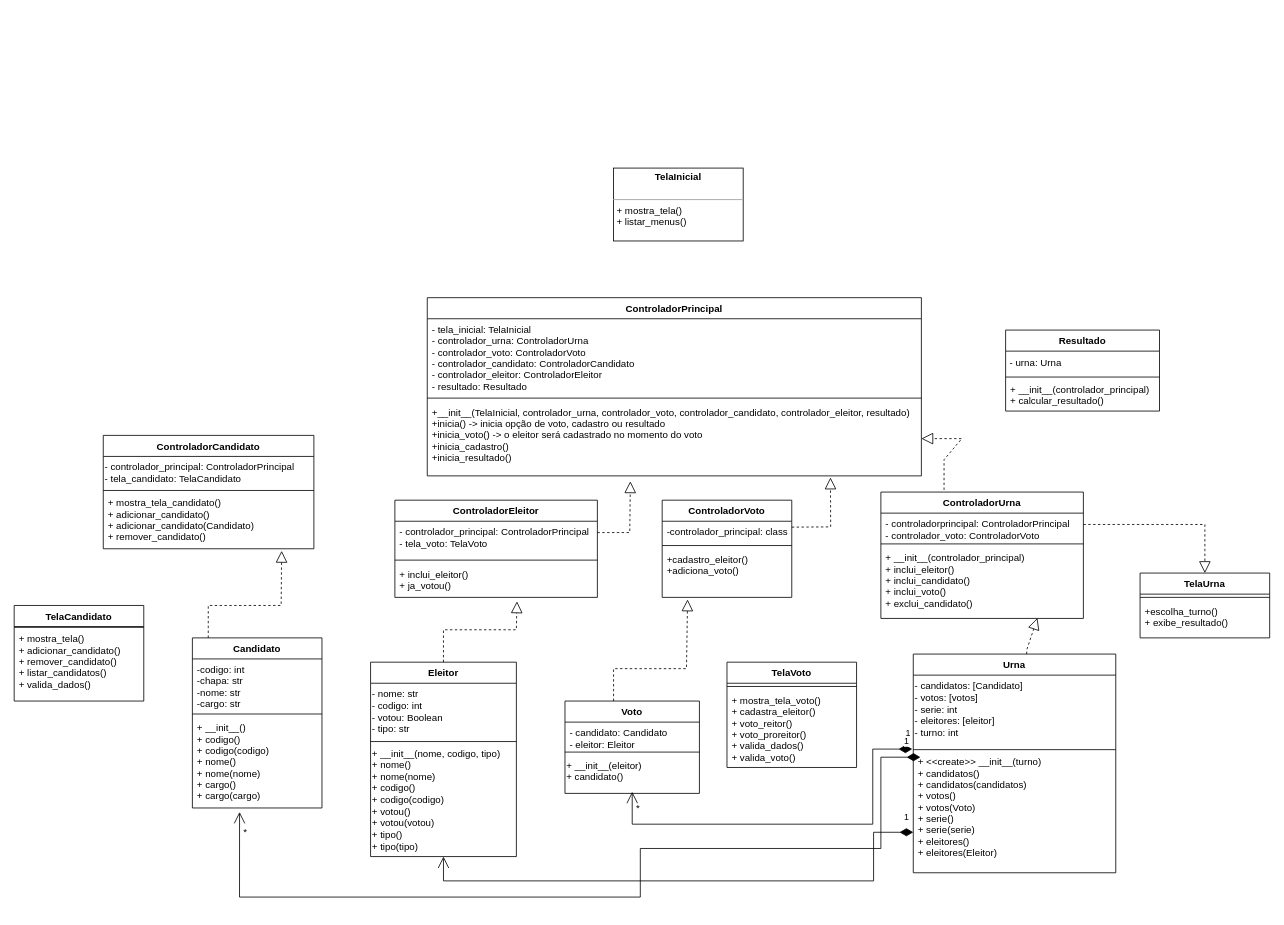
Earlier version of the draw.io diagram projeto_urna.drawio (Alien-Love/T1_INE5605). Source tidied: cells renumbered, new cells numbered last; positions are measured from the earlier drawing's top-left corner, leaving out a move shared by most shapes. Both pictures are drawn from the tidied source at 81%, with x=0, y=0 at pixel (14, 168).
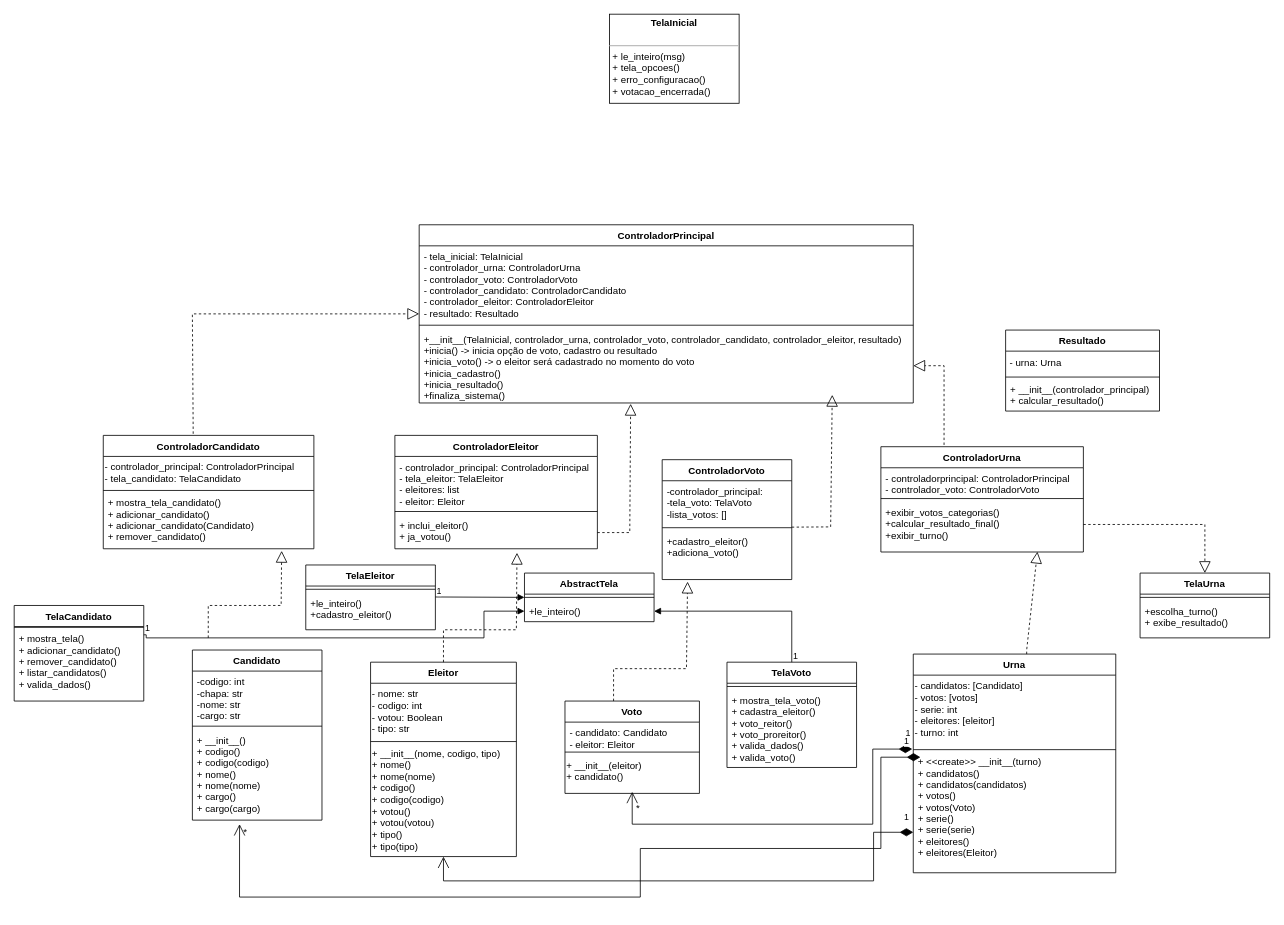
Above is the later version.

Unchanged cells that the change refers to:
```xml
<mxCell id="32" value="TelaVoto" style="swimlane;fontStyle=1;align=center;verticalAlign=top;horizontal=1;startSize=26;" parent="1" vertex="1">
  <mxGeometry x="880" y="610" width="160" height="130" as="geometry" />
</mxCell>
<mxCell id="45" value="+ mostra_tela()&#10;+ adicionar_candidato()&#10;+ remover_candidato()&#10;+ listar_candidatos()&#10;+ valida_dados()" style="text;strokeColor=none;fillColor=none;align=left;verticalAlign=top;spacingLeft=4;spacingRight=4;overflow=hidden;points=[[0,0.5],[1,0.5]];portConstraint=eastwest;" parent="43" vertex="1">
  <mxGeometry y="28" width="160" height="90" as="geometry" />
</mxCell>
<mxCell id="50" value="ControladorCandidato" style="swimlane;fontStyle=1;align=center;verticalAlign=top;horizontal=1;startSize=26;" parent="1" vertex="1">
  <mxGeometry x="110" y="330" width="260" height="140" as="geometry" />
</mxCell>
```

The edit, as a diff of the source:
```diff
@@
     <mxCell id="22" value="ControladorUrna" style="swimlane;fontStyle=1;align=center;verticalAlign=top;horizontal=1;startSize=26;" parent="1" vertex="1">
-      <mxGeometry x="1070" y="400" width="250" height="156" as="geometry" />
+      <mxGeometry x="1070" y="344" width="250" height="130" as="geometry" />
     </mxCell>
@@
-    <mxCell id="25" value="+ __init__(controlador_principal)&#10;+ inclui_eleitor()&#10;+ inclui_candidato()&#10;+ inclui_voto()&#10;+ exclui_candidato()" style="text;strokeColor=none;fillColor=none;align=left;verticalAlign=top;spacingLeft=4;spacingRight=4;overflow=hidden;points=[[0,0.5],[1,0.5]];portConstraint=eastwest;" parent="22" vertex="1">
-      <mxGeometry y="68" width="250" height="88" as="geometry" />
+    <mxCell id="25" value="+exibir_votos_categorias() &#10;+calcular_resultado_final()&#10;+exibir_turno()" style="text;strokeColor=none;fillColor=none;align=left;verticalAlign=top;spacingLeft=4;spacingRight=4;overflow=hidden;points=[[0,0.5],[1,0.5]];portConstraint=eastwest;" parent="22" vertex="1">
+      <mxGeometry y="68" width="250" height="62" as="geometry" />
     </mxCell>
     <mxCell id="26" value="ControladorPrincipal" style="swimlane;fontStyle=1;align=center;verticalAlign=top;horizontal=1;startSize=26;" parent="1" vertex="1">
-      <mxGeometry x="510" y="160" width="610" height="220" as="geometry" />
+      <mxGeometry x="500" y="70" width="610" height="220" as="geometry" />
     </mxCell>
@@
-    <mxCell id="30" value="+__init__(TelaInicial, controlador_urna, controlador_voto, controlador_candidato, controlador_eleitor, resultado)&#10;+inicia() -&gt; inicia opção de voto, cadastro ou resultado&#10;+inicia_voto() -&gt; o eleitor será cadastrado no momento do voto&#10;+inicia_cadastro()&#10;+inicia_resultado()&#10;" style="text;strokeColor=none;fillColor=none;align=left;verticalAlign=top;spacingLeft=4;spacingRight=4;overflow=hidden;points=[[0,0.5],[1,0.5]];portConstraint=eastwest;" parent="26" vertex="1">
+    <mxCell id="30" value="+__init__(TelaInicial, controlador_urna, controlador_voto, controlador_candidato, controlador_eleitor, resultado)&#10;+inicia() -&gt; inicia opção de voto, cadastro ou resultado&#10;+inicia_voto() -&gt; o eleitor será cadastrado no momento do voto&#10;+inicia_cadastro()&#10;+inicia_resultado()&#10;+finaliza_sistema()" style="text;strokeColor=none;fillColor=none;align=left;verticalAlign=top;spacingLeft=4;spacingRight=4;overflow=hidden;points=[[0,0.5],[1,0.5]];portConstraint=eastwest;" parent="26" vertex="1">
       <mxGeometry y="128" width="610" height="92" as="geometry" />
     </mxCell>
-    <mxCell id="31" value="&lt;p style=&quot;margin:0px;margin-top:4px;text-align:center;&quot;&gt;&lt;b&gt;TelaInicial&lt;/b&gt;&lt;/p&gt;&lt;p style=&quot;margin:0px;margin-left:4px;&quot;&gt;&lt;br&gt;&lt;/p&gt;&lt;hr size=&quot;1&quot;&gt;&lt;p style=&quot;margin:0px;margin-left:4px;&quot;&gt;+ mostra_tela()&lt;/p&gt;&lt;p style=&quot;margin:0px;margin-left:4px;&quot;&gt;+ listar_menus()&lt;/p&gt;" style="verticalAlign=top;align=left;overflow=fill;fontSize=12;fontFamily=Helvetica;html=1;" parent="1" vertex="1">
-      <mxGeometry x="740" width="160" height="90" as="geometry" />
+    <mxCell id="31" value="&lt;p style=&quot;margin:0px;margin-top:4px;text-align:center;&quot;&gt;&lt;b&gt;TelaInicial&lt;/b&gt;&lt;/p&gt;&lt;p style=&quot;margin:0px;margin-left:4px;&quot;&gt;&lt;br&gt;&lt;/p&gt;&lt;hr size=&quot;1&quot;&gt;&lt;p style=&quot;margin:0px;margin-left:4px;&quot;&gt;+ le_inteiro(msg)&lt;br&gt;&lt;/p&gt;&lt;p style=&quot;margin:0px;margin-left:4px;&quot;&gt;+ tela_opcoes()&lt;/p&gt;&lt;p style=&quot;margin:0px;margin-left:4px;&quot;&gt;+ erro_configuracao()&lt;/p&gt;&lt;p style=&quot;margin:0px;margin-left:4px;&quot;&gt;+ votacao_encerrada()&lt;/p&gt;" style="verticalAlign=top;align=left;overflow=fill;fontSize=12;fontFamily=Helvetica;html=1;" parent="1" vertex="1">
+      <mxGeometry x="735" y="-190" width="160" height="110" as="geometry" />
     </mxCell>
@@
     <mxCell id="35" value="ControladorVoto" style="swimlane;fontStyle=1;align=center;verticalAlign=top;horizontal=1;startSize=26;" parent="1" vertex="1">
-      <mxGeometry x="800" y="410" width="160" height="120" as="geometry" />
+      <mxGeometry x="800" y="360" width="160" height="148" as="geometry" />
     </mxCell>
-    <mxCell id="36" value="-controlador_principal: class" style="text;strokeColor=none;fillColor=none;align=left;verticalAlign=top;spacingLeft=4;spacingRight=4;overflow=hidden;" parent="35" vertex="1">
-      <mxGeometry y="26" width="160" height="26" as="geometry" />
+    <mxCell id="36" value="-controlador_principal:&#10;-tela_voto: TelaVoto&#10;-lista_votos: []" style="text;strokeColor=none;fillColor=none;align=left;verticalAlign=top;spacingLeft=4;spacingRight=4;overflow=hidden;" parent="35" vertex="1">
+      <mxGeometry y="26" width="160" height="54" as="geometry" />
     </mxCell>
     <mxCell id="37" style="line;strokeWidth=1;fillColor=none;align=left;verticalAlign=middle;spacingTop=-1;spacingLeft=3;spacingRight=3;labelPosition=right;strokeColor=inherit;" parent="35" vertex="1">
-      <mxGeometry y="52" width="160" height="8" as="geometry" />
+      <mxGeometry y="80" width="160" height="8" as="geometry" />
     </mxCell>
     <mxCell id="38" value="+cadastro_eleitor()&#10;+adiciona_voto()" style="text;strokeColor=none;fillColor=none;align=left;verticalAlign=top;spacingLeft=4;spacingRight=4;overflow=hidden;points=[[0,0.5],[1,0.5]];portConstraint=eastwest;" parent="35" vertex="1">
-      <mxGeometry y="60" width="160" height="60" as="geometry" />
+      <mxGeometry y="88" width="160" height="60" as="geometry" />
     </mxCell>
     <mxCell id="39" value="Candidato" style="swimlane;fontStyle=1;align=center;verticalAlign=top;horizontal=1;startSize=26;" parent="1" vertex="1">
-      <mxGeometry x="220" y="580" width="160" height="210" as="geometry" />
+      <mxGeometry x="220" y="595" width="160" height="210" as="geometry" />
     </mxCell>
@@
     <mxCell id="46" value="ControladorEleitor" style="swimlane;fontStyle=1;align=center;verticalAlign=top;horizontal=1;startSize=26;" parent="1" vertex="1">
-      <mxGeometry x="470" y="410" width="250" height="120" as="geometry" />
+      <mxGeometry x="470" y="330" width="250" height="140" as="geometry" />
     </mxCell>
-    <mxCell id="47" value="- controlador_principal: ControladorPrincipal&#10;- tela_voto: TelaVoto" style="text;strokeColor=none;fillColor=none;align=left;verticalAlign=top;spacingLeft=4;spacingRight=4;overflow=hidden;" parent="46" vertex="1">
-      <mxGeometry y="26" width="250" height="44" as="geometry" />
+    <mxCell id="47" value="- controlador_principal: ControladorPrincipal&#10;- tela_eleitor: TelaEleitor&#10;- eleitores: list&#10;- eleitor: Eleitor" style="text;strokeColor=none;fillColor=none;align=left;verticalAlign=top;spacingLeft=4;spacingRight=4;overflow=hidden;" parent="46" vertex="1">
+      <mxGeometry y="26" width="250" height="64" as="geometry" />
     </mxCell>
     <mxCell id="48" style="line;strokeWidth=1;fillColor=none;align=left;verticalAlign=middle;spacingTop=-1;spacingLeft=3;spacingRight=3;labelPosition=right;strokeColor=inherit;" parent="46" vertex="1">
-      <mxGeometry y="70" width="250" height="8" as="geometry" />
+      <mxGeometry y="90" width="250" height="8" as="geometry" />
     </mxCell>
     <mxCell id="49" value="+ inclui_eleitor()&#10;+ ja_votou()" style="text;strokeColor=none;fillColor=none;align=left;verticalAlign=top;spacingLeft=4;spacingRight=4;overflow=hidden;points=[[0,0.5],[1,0.5]];portConstraint=eastwest;" parent="46" vertex="1">
-      <mxGeometry y="78" width="250" height="42" as="geometry" />
+      <mxGeometry y="98" width="250" height="42" as="geometry" />
     </mxCell>
@@
-    <mxCell id="63" style="endArrow=block;dashed=1;endFill=0;endSize=12;html=1;rounded=0;entryX=0.411;entryY=1.073;entryDx=0;entryDy=0;entryPerimeter=0;" parent="1" edge="1" target="30">
+    <mxCell id="63" style="endArrow=block;dashed=1;endFill=0;endSize=12;html=1;rounded=0;entryX=0.428;entryY=1.011;entryDx=0;entryDy=0;entryPerimeter=0;" parent="1" edge="1" target="30">
       <mxGeometry relative="1" as="geometry">
         <mxPoint x="720" y="450" as="sourcePoint" />
         <Array as="points">
           <mxPoint x="760" y="450" />
         </Array>
       </mxGeometry>
     </mxCell>
-    <mxCell id="64" style="endArrow=block;dashed=1;endFill=0;endSize=12;html=1;rounded=0;entryX=0.816;entryY=1.022;entryDx=0;entryDy=0;entryPerimeter=0;" parent="1" edge="1" target="30">
+    <mxCell id="64" style="endArrow=block;dashed=1;endFill=0;endSize=12;html=1;rounded=0;entryX=0.836;entryY=0.891;entryDx=0;entryDy=0;entryPerimeter=0;" parent="1" edge="1" target="30">
       <mxGeometry relative="1" as="geometry">
         <mxPoint x="960" y="443.3" as="sourcePoint" />
         <Array as="points">
           <mxPoint x="1008" y="443" />
         </Array>
       </mxGeometry>
     </mxCell>
     <mxCell id="65" style="endArrow=block;dashed=1;endFill=0;endSize=12;html=1;rounded=0;entryX=1;entryY=0.5;entryDx=0;entryDy=0;exitX=0.312;exitY=-0.017;exitDx=0;exitDy=0;exitPerimeter=0;" parent="1" edge="1" source="22" target="30">
       <mxGeometry relative="1" as="geometry">
         <Array as="points">
-          <mxPoint x="1148" y="360" />
-          <mxPoint x="1170" y="334" />
+          <mxPoint x="1148" y="244" />
         </Array>
       </mxGeometry>
     </mxCell>
+    <mxCell id="66" value="TelaEleitor" style="swimlane;fontStyle=1;align=center;verticalAlign=top;horizontal=1;startSize=26;" parent="1" vertex="1">
+      <mxGeometry x="360" y="490" width="160" height="80" as="geometry" />
+    </mxCell>
+    <mxCell id="67" style="line;strokeWidth=1;fillColor=none;align=left;verticalAlign=middle;spacingTop=-1;spacingLeft=3;spacingRight=3;labelPosition=right;strokeColor=inherit;" parent="66" vertex="1">
+      <mxGeometry y="26" width="160" height="8" as="geometry" />
+    </mxCell>
+    <mxCell id="68" value="+le_inteiro()&#10;+cadastro_eleitor()" style="text;strokeColor=none;fillColor=none;align=left;verticalAlign=top;spacingLeft=4;spacingRight=4;overflow=hidden;" parent="66" vertex="1">
+      <mxGeometry y="34" width="160" height="46" as="geometry" />
+    </mxCell>
+    <mxCell id="69" style="endArrow=block;dashed=1;endFill=0;endSize=12;html=1;rounded=0;exitX=0.427;exitY=-0.014;exitDx=0;exitDy=0;exitPerimeter=0;" parent="1" edge="1" source="50" target="26">
+      <mxGeometry relative="1" as="geometry">
+        <Array as="points">
+          <mxPoint x="220" y="180" />
+        </Array>
+      </mxGeometry>
+    </mxCell>
+    <mxCell id="70" value="AbstractTela" style="swimlane;fontStyle=1;align=center;verticalAlign=top;horizontal=1;startSize=26;" parent="1" vertex="1">
+      <mxGeometry x="630" y="500" width="160" height="60" as="geometry" />
+    </mxCell>
+    <mxCell id="71" style="line;strokeWidth=1;fillColor=none;align=left;verticalAlign=middle;spacingTop=-1;spacingLeft=3;spacingRight=3;labelPosition=right;strokeColor=inherit;" parent="70" vertex="1">
+      <mxGeometry y="26" width="160" height="8" as="geometry" />
+    </mxCell>
+    <mxCell id="72" value="+le_inteiro()" style="text;strokeColor=none;fillColor=none;align=left;verticalAlign=top;spacingLeft=4;spacingRight=4;overflow=hidden;points=[[0,0.5],[1,0.5]];portConstraint=eastwest;" parent="70" vertex="1">
+      <mxGeometry y="34" width="160" height="26" as="geometry" />
+    </mxCell>
+    <mxCell id="73" style="endArrow=block;endFill=1;html=1;edgeStyle=orthogonalEdgeStyle;align=left;verticalAlign=top;rounded=0;entryX=0;entryY=0.5;entryDx=0;entryDy=0;" parent="1" edge="1" target="70">
+      <mxGeometry x="-1" relative="1" as="geometry">
+        <mxPoint x="520" y="529.5" as="sourcePoint" />
+      </mxGeometry>
+    </mxCell>
+    <mxCell id="74" value="1" style="edgeLabel;html=1;align=left;verticalAlign=bottom;" parent="73" vertex="1">
+      <mxGeometry x="-1" relative="1" as="geometry" />
+    </mxCell>
+    <mxCell id="75" style="endArrow=block;endFill=1;html=1;edgeStyle=orthogonalEdgeStyle;align=left;verticalAlign=top;rounded=0;entryX=1;entryY=0.5;entryDx=0;entryDy=0;exitX=0.5;exitY=0;exitDx=0;exitDy=0;" parent="1" edge="1" source="32" target="72">
+      <mxGeometry x="-1" relative="1" as="geometry" />
+    </mxCell>
+    <mxCell id="76" value="1" style="edgeLabel;html=1;align=left;verticalAlign=bottom;" parent="75" vertex="1">
+      <mxGeometry x="-1" relative="1" as="geometry" />
+    </mxCell>
+    <mxCell id="77" style="endArrow=block;endFill=1;html=1;edgeStyle=orthogonalEdgeStyle;align=left;verticalAlign=top;rounded=0;exitX=1;exitY=0.091;exitDx=0;exitDy=0;exitPerimeter=0;" parent="1" edge="1" source="45" target="72">
+      <mxGeometry x="-1" relative="1" as="geometry">
+        <Array as="points">
+          <mxPoint x="163" y="576" />
+          <mxPoint x="163" y="580" />
+          <mxPoint x="580" y="580" />
+          <mxPoint x="580" y="547" />
+        </Array>
+      </mxGeometry>
+    </mxCell>
+    <mxCell id="78" value="1" style="edgeLabel;html=1;align=left;verticalAlign=bottom;" parent="77" vertex="1">
+      <mxGeometry x="-1" relative="1" as="geometry" />
+    </mxCell>
```
